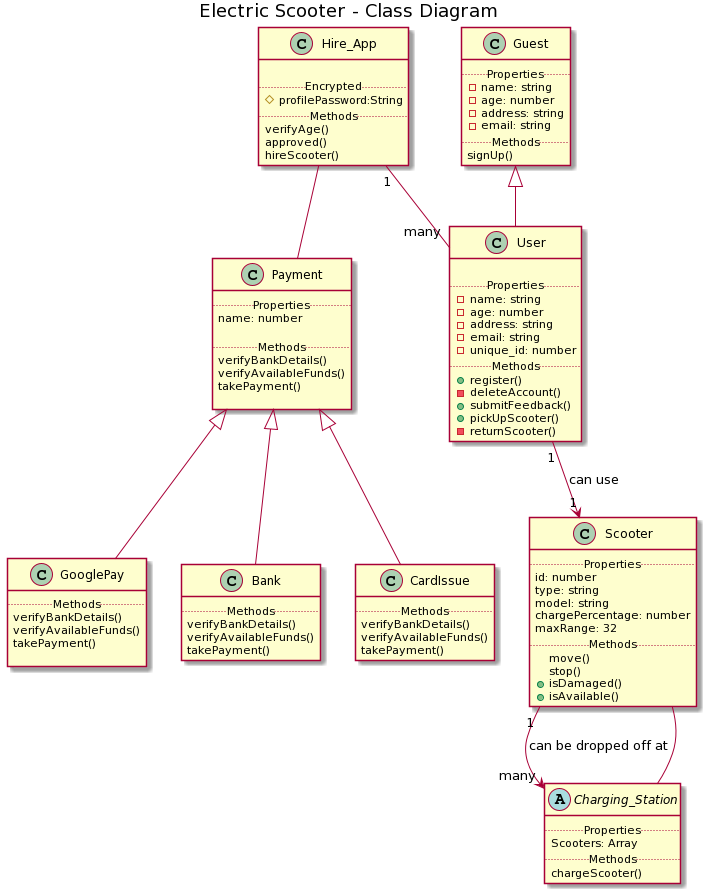
Before: UML_Diagrams/scooter_class_diagram.png, a diagram exported from PlantUML (BevAntwi98/Scooter_Challenge). Its diagram source:
```plantuml
@startuml
title Electric Scooter - Class Diagram

class Hire_App{

..Encrypted..
#profilePassword:String
..Methods..
verifyAge()
approved()
hireScooter()
}

class Guest{
..Properties..
-name: string
-age: number
-address: string
-email: string
..Methods..
signUp()
}

class User {

..Properties..
-name: string
-age: number
-address: string
-email: string
-unique_id: number
..Methods..
+register()
-deleteAccount()
+submitFeedback()
+pickUpScooter()
-returnScooter()
}

abstract Charging_Station{
..Properties..
Scooters: Array
..Methods..
chargeScooter()
}

class Scooter {
 ..Properties..
 id: number
 type: string
 model: string
 chargePercentage: number
 maxRange: 32
 ..Methods..
 move()
 stop()
+ isDamaged()
 +isAvailable()
}

class Payment{
..Properties..
name: number

..Methods..
verifyBankDetails()
verifyAvailableFunds()
takePayment()

}
class GooglePay{
..Methods..
verifyBankDetails()
verifyAvailableFunds()
takePayment()

}
class Bank{
..Methods..
verifyBankDetails()
verifyAvailableFunds()
takePayment()
}
class CardIssue{
..Methods..
verifyBankDetails()
verifyAvailableFunds()
takePayment()
}



Hire_App "1" -- "many" User
User "1" --> "1" Scooter: can use
Scooter "1" --> "many" Charging_Station: can be dropped off at

Charging_Station --Scooter
Guest <|-- User
Payment<|--GooglePay
Payment<|--Bank
Payment<|--CardIssue

Hire_App -- Payment
@enduml
```
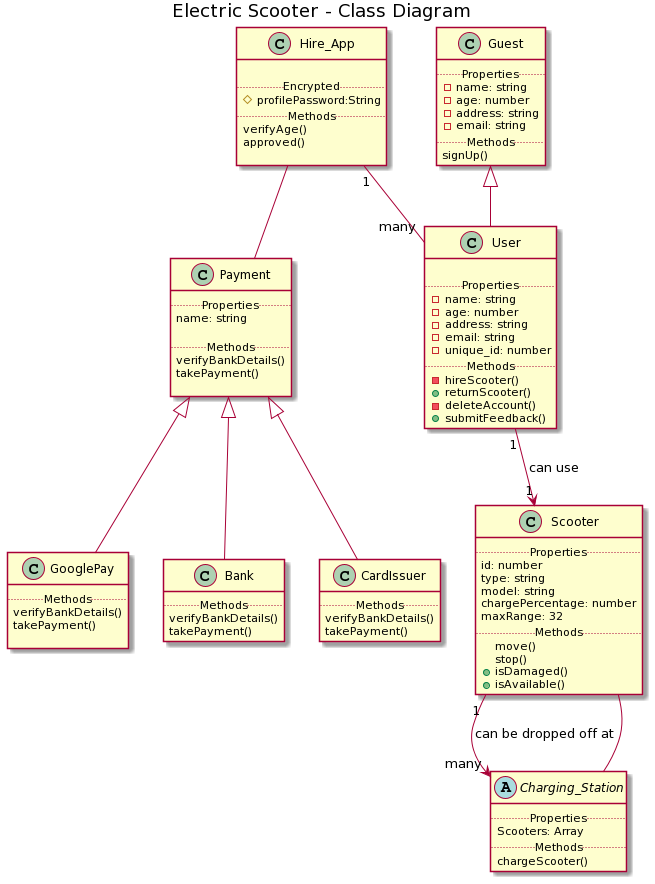
The same file after the commit.

Change to the diagram source:
```diff
@@ -8,7 +8,7 @@
 ..Methods..
 verifyAge()
 approved()
-hireScooter()
+
 }
 
 class Guest{
@@ -30,11 +30,10 @@
 -email: string
 -unique_id: number
 ..Methods..
-+register()
+-hireScooter()
++returnScooter()
 -deleteAccount()
 +submitFeedback()
-+pickUpScooter()
--returnScooter()
 }
 
 abstract Charging_Station{
@@ -60,31 +59,27 @@
 
 class Payment{
 ..Properties..
-name: number
+name: string
 
 ..Methods..
 verifyBankDetails()
-verifyAvailableFunds()
 takePayment()
 
 }
 class GooglePay{
 ..Methods..
 verifyBankDetails()
-verifyAvailableFunds()
 takePayment()
 
 }
 class Bank{
 ..Methods..
 verifyBankDetails()
-verifyAvailableFunds()
 takePayment()
 }
-class CardIssue{
+class CardIssuer{
 ..Methods..
 verifyBankDetails()
-verifyAvailableFunds()
 takePayment()
 }
 
@@ -98,7 +93,7 @@
 Guest <|-- User
 Payment<|--GooglePay
 Payment<|--Bank
-Payment<|--CardIssue
+Payment<|--CardIssuer
 
 Hire_App -- Payment
 @enduml
```
